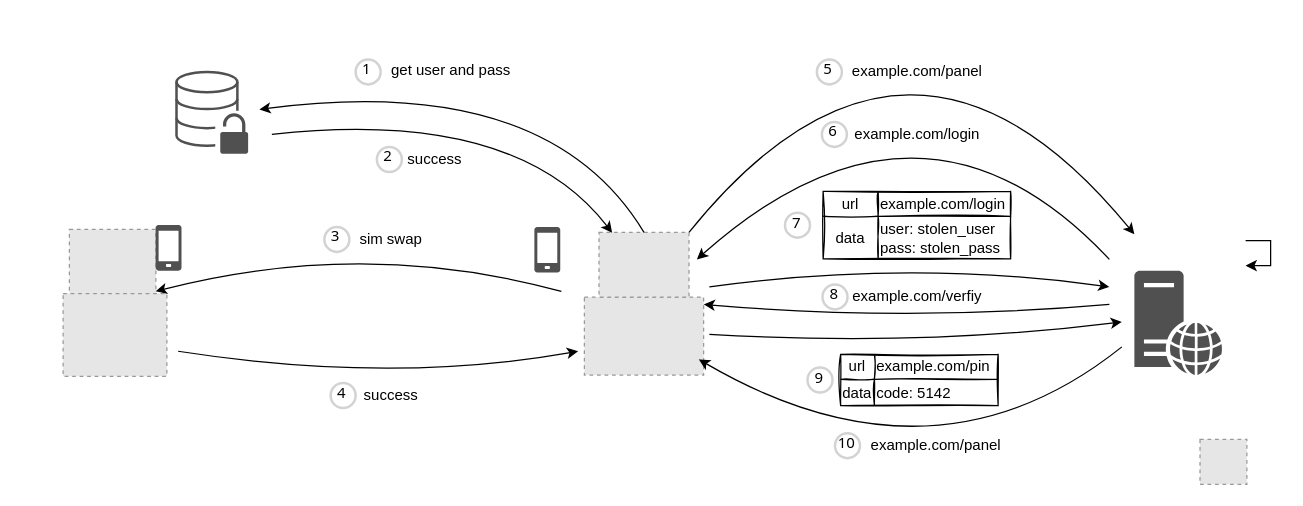
This is two-factor-authentication-sim-swapping.drawio from qeeqbox/two-factor-authentication-sim-swapping, a draw.io file, before an edit. Source tidied: cells renumbered, new cells numbered last; positions are measured from the earlier drawing's top-left corner, leaving out a move shared by most shapes. Both pictures are drawn from the tidied source at 125%, with x=0, y=0 at pixel (21, -41). Pictures stored in the file or linked from it are replaced by grey dashed boxes.
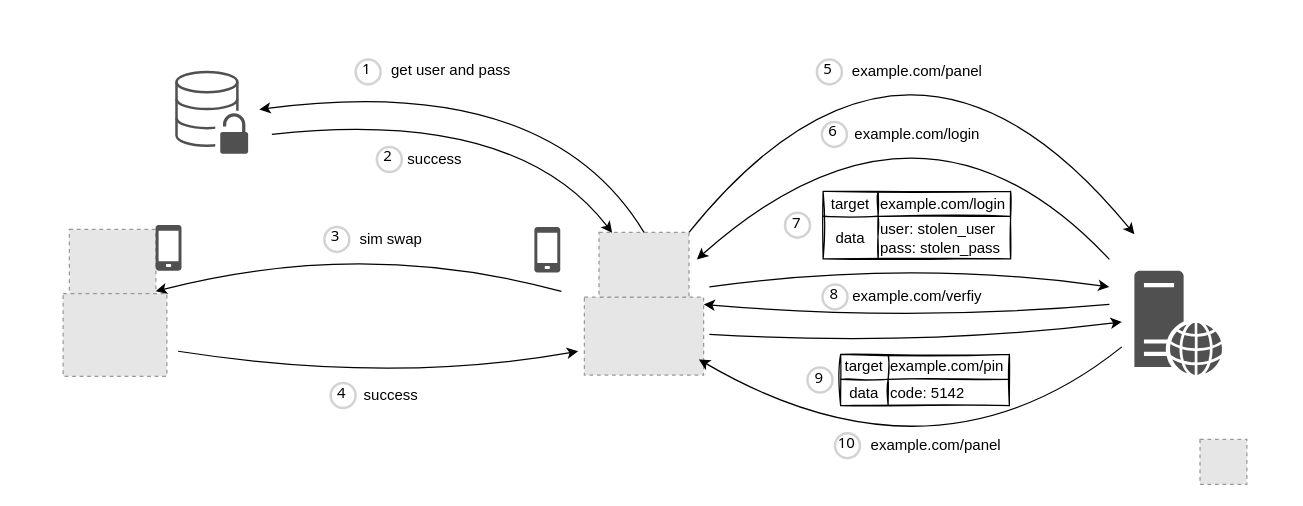
Above is the later version.

Unchanged cells that the change refers to:
```xml
<mxCell id="2" style="rounded=0;whiteSpace=wrap;html=1;strokeColor=none;" parent="1" vertex="1">
  <mxGeometry y="50" width="979" height="370" as="geometry" />
</mxCell>
<mxCell id="17" style="shape=tableRow;horizontal=0;startSize=0;swimlaneHead=0;swimlaneBody=0;top=0;left=0;bottom=0;right=0;fillColor=none;" parent="16" vertex="1">
  <mxGeometry width="150" height="20" as="geometry" />
</mxCell>
```

The edit, as a diff of the source:
```diff
@@
-    <mxCell id="18" value="url" style="shape=partialRectangle;html=1;whiteSpace=wrap;fillColor=none;top=0;left=0;bottom=0;right=0;overflow=hidden;" parent="17" vertex="1">
+    <mxCell id="18" value="target" style="shape=partialRectangle;html=1;whiteSpace=wrap;fillColor=none;top=0;left=0;bottom=0;right=0;overflow=hidden;" parent="17" vertex="1">
       <mxGeometry width="44" height="20" as="geometry" />
     </mxCell>
@@
     <mxCell id="24" style="shape=table;html=1;whiteSpace=wrap;startSize=0;childLayout=tableLayout;align=left;rounded=0;shadow=0;sketch=1;arcSize=0;" parent="1" vertex="1">
-      <mxGeometry x="655" y="316" width="126" height="41" as="geometry" />
+      <mxGeometry x="655" y="316" width="135" height="41" as="geometry" />
     </mxCell>
     <mxCell id="25" style="shape=tableRow;horizontal=0;startSize=0;swimlaneHead=0;swimlaneBody=0;top=0;left=0;bottom=0;right=0;fillColor=none;" parent="24" vertex="1">
-      <mxGeometry width="126" height="20" as="geometry" />
+      <mxGeometry width="135" height="20" as="geometry" />
     </mxCell>
-    <mxCell id="26" value="url" style="shape=partialRectangle;html=1;whiteSpace=wrap;fillColor=none;top=0;left=0;bottom=0;right=0;overflow=hidden;" parent="25" vertex="1">
-      <mxGeometry width="27" height="20" as="geometry" />
+    <mxCell id="26" value="target" style="shape=partialRectangle;html=1;whiteSpace=wrap;fillColor=none;top=0;left=0;bottom=0;right=0;overflow=hidden;" parent="25" vertex="1">
+      <mxGeometry width="38" height="20" as="geometry" />
     </mxCell>
     <mxCell id="27" value="&lt;span style=&quot;text-align: center&quot;&gt;example.com/pin&lt;/span&gt;" style="shape=partialRectangle;html=1;whiteSpace=wrap;fillColor=none;top=0;left=0;bottom=0;right=0;overflow=hidden;align=left;" parent="25" vertex="1">
-      <mxGeometry x="27" width="99" height="20" as="geometry" />
+      <mxGeometry x="38" width="97" height="20" as="geometry" />
     </mxCell>
     <mxCell id="28" style="shape=tableRow;horizontal=0;startSize=0;swimlaneHead=0;swimlaneBody=0;top=0;left=0;bottom=0;right=0;fillColor=none;" parent="24" vertex="1">
-      <mxGeometry y="20" width="126" height="21" as="geometry" />
+      <mxGeometry y="20" width="135" height="21" as="geometry" />
     </mxCell>
     <mxCell id="29" value="data" style="shape=partialRectangle;html=1;whiteSpace=wrap;fillColor=none;top=0;left=0;bottom=0;right=0;overflow=hidden;" parent="28" vertex="1">
-      <mxGeometry width="27" height="21" as="geometry" />
+      <mxGeometry width="38" height="21" as="geometry" />
     </mxCell>
     <mxCell id="30" value="&lt;span&gt;code: 5142&lt;/span&gt;" style="shape=partialRectangle;html=1;whiteSpace=wrap;fillColor=none;top=0;left=0;bottom=0;right=0;overflow=hidden;align=left;" parent="28" vertex="1">
-      <mxGeometry x="27" width="99" height="21" as="geometry" />
+      <mxGeometry x="38" width="97" height="21" as="geometry" />
     </mxCell>
@@
-    <mxCell id="60" style="edgeStyle=orthogonalEdgeStyle;rounded=0;orthogonalLoop=1;jettySize=auto;html=1;" parent="1" edge="1" source="2" target="2">
-      <mxGeometry relative="1" as="geometry" />
-    </mxCell>
```
